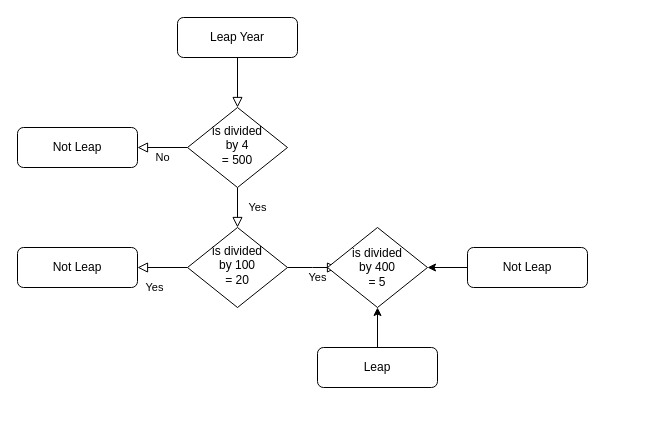
Earlier version of the draw.io diagram Untitled Diagram.drawio (komyagin/flowcharts). Source tidied: cells renumbered, new cells numbered last; positions are measured from the earlier drawing's top-left corner, leaving out a move shared by most shapes. Both pictures are drawn from the tidied source at 100%, with x=0, y=0 at pixel (17, 17).
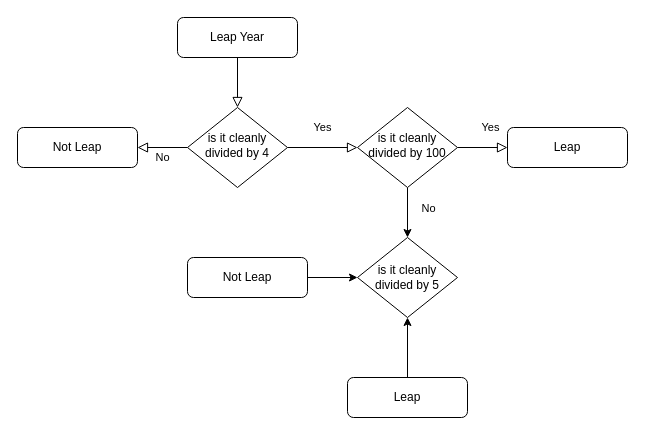
The same page after the edit.

The edit, as a diff of the source:
```diff
@@
 <mxGraphModel>
   <root>
     <mxCell id="0" />
     <mxCell id="1" parent="0" />
     <mxCell id="2" style="rounded=0;html=1;jettySize=auto;fontSize=11;endArrow=block;endFill=0;endSize=8;strokeWidth=1;shadow=0;labelBackgroundColor=none;edgeStyle=orthogonalEdgeStyle;" parent="1" edge="1" source="3" target="6">
       <mxGeometry relative="1" as="geometry" />
     </mxCell>
     <mxCell id="3" value="Leap Year" style="rounded=1;whiteSpace=wrap;html=1;fontSize=12;glass=0;strokeWidth=1;shadow=0;" parent="1" vertex="1">
       <mxGeometry x="160" width="120" height="40" as="geometry" />
     </mxCell>
     <mxCell id="4" value="Yes" style="rounded=0;html=1;jettySize=auto;fontSize=11;endArrow=block;endFill=0;endSize=8;strokeWidth=1;shadow=0;labelBackgroundColor=none;edgeStyle=orthogonalEdgeStyle;" parent="1" edge="1" source="6" target="10">
       <mxGeometry y="20" relative="1" as="geometry" />
     </mxCell>
     <mxCell id="5" value="No" style="edgeStyle=orthogonalEdgeStyle;rounded=0;html=1;jettySize=auto;fontSize=11;endArrow=block;endFill=0;endSize=8;strokeWidth=1;shadow=0;labelBackgroundColor=none;" parent="1" edge="1" source="6">
       <mxGeometry y="10" relative="1" as="geometry">
         <mxPoint x="120" y="130" as="targetPoint" />
       </mxGeometry>
     </mxCell>
-    <mxCell id="6" value="is divided &lt;br&gt;by 4&lt;br&gt;= 500" style="rhombus;whiteSpace=wrap;html=1;shadow=0;fontFamily=Helvetica;fontSize=12;align=center;strokeWidth=1;spacing=6;spacingTop=-4;" parent="1" vertex="1">
+    <mxCell id="6" value="is it cleanly divided by 4" style="rhombus;whiteSpace=wrap;html=1;shadow=0;fontFamily=Helvetica;fontSize=12;align=center;strokeWidth=1;spacing=6;spacingTop=-4;" parent="1" vertex="1">
       <mxGeometry x="170" y="90" width="100" height="80" as="geometry" />
     </mxCell>
     <mxCell id="7" value="Not Leap" style="rounded=1;whiteSpace=wrap;html=1;fontSize=12;glass=0;strokeWidth=1;shadow=0;" parent="1" vertex="1">
       <mxGeometry y="110" width="120" height="40" as="geometry" />
     </mxCell>
     <mxCell id="8" value="Yes" style="rounded=0;html=1;jettySize=auto;fontSize=11;endArrow=block;endFill=0;endSize=8;strokeWidth=1;shadow=0;labelBackgroundColor=none;edgeStyle=orthogonalEdgeStyle;" parent="1" edge="1" source="10" target="11">
       <mxGeometry x="0.33" y="20" relative="1" as="geometry" />
     </mxCell>
-    <mxCell id="9" value="Yes" style="edgeStyle=orthogonalEdgeStyle;rounded=0;html=1;jettySize=auto;fontSize=11;endArrow=block;endFill=0;endSize=8;strokeWidth=1;shadow=0;labelBackgroundColor=none;" parent="1" edge="1" source="10">
-      <mxGeometry x="0.2" y="-10" relative="1" as="geometry">
-        <mxPoint x="320" y="250" as="targetPoint" />
-      </mxGeometry>
-    </mxCell>
+    <mxCell id="17" style="edgeStyle=orthogonalEdgeStyle;rounded=0;jettySize=auto;html=1;" parent="1" edge="1" source="10" target="12">
+      <mxGeometry relative="1" as="geometry" />
+    </mxCell>
+    <mxCell id="18" value="No" style="edgeLabel;html=1;align=center;verticalAlign=middle;" parent="17" vertex="1">
+      <mxGeometry x="0.08" y="-1" relative="1" as="geometry">
+        <mxPoint x="21" y="-7" as="offset" />
+      </mxGeometry>
+    </mxCell>
-    <mxCell id="10" value="is divided &lt;br&gt;by 100&lt;br&gt;= 20" style="rhombus;whiteSpace=wrap;html=1;shadow=0;fontFamily=Helvetica;fontSize=12;align=center;strokeWidth=1;spacing=6;spacingTop=-4;" parent="1" vertex="1">
-      <mxGeometry x="170" y="210" width="100" height="80" as="geometry" />
+    <mxCell id="10" value="is it cleanly divided&amp;nbsp;by&amp;nbsp;100" style="rhombus;whiteSpace=wrap;html=1;shadow=0;fontFamily=Helvetica;fontSize=12;align=center;strokeWidth=1;spacing=6;spacingTop=-4;" parent="1" vertex="1">
+      <mxGeometry x="340" y="90" width="100" height="80" as="geometry" />
     </mxCell>
-    <mxCell id="11" value="Not Leap" style="rounded=1;whiteSpace=wrap;html=1;fontSize=12;glass=0;strokeWidth=1;shadow=0;" parent="1" vertex="1">
-      <mxGeometry y="230" width="120" height="40" as="geometry" />
+    <mxCell id="11" value="Leap" style="rounded=1;whiteSpace=wrap;html=1;fontSize=12;glass=0;strokeWidth=1;shadow=0;" parent="1" vertex="1">
+      <mxGeometry x="490" y="110" width="120" height="40" as="geometry" />
     </mxCell>
-    <mxCell id="12" value="is divided&lt;br&gt;by 400&lt;br&gt;= 5" style="rhombus;whiteSpace=wrap;html=1;" parent="1" vertex="1">
-      <mxGeometry x="310" y="210" width="100" height="80" as="geometry" />
+    <mxCell id="12" value="is it cleanly divided&amp;nbsp;by&amp;nbsp;5" style="rhombus;whiteSpace=wrap;html=1;" parent="1" vertex="1">
+      <mxGeometry x="340" y="220" width="100" height="80" as="geometry" />
     </mxCell>
     <mxCell id="13" style="edgeStyle=orthogonalEdgeStyle;rounded=0;jettySize=auto;html=1;" parent="1" edge="1" source="14" target="12">
       <mxGeometry relative="1" as="geometry" />
     </mxCell>
     <mxCell id="14" value="Not Leap" style="rounded=1;whiteSpace=wrap;html=1;fontSize=12;glass=0;strokeWidth=1;shadow=0;" parent="1" vertex="1">
-      <mxGeometry x="450" y="230" width="120" height="40" as="geometry" />
+      <mxGeometry x="170" y="240" width="120" height="40" as="geometry" />
     </mxCell>
     <mxCell id="15" style="edgeStyle=orthogonalEdgeStyle;rounded=0;jettySize=auto;html=1;" parent="1" edge="1" source="16" target="12">
       <mxGeometry relative="1" as="geometry" />
     </mxCell>
     <mxCell id="16" value="Leap" style="rounded=1;whiteSpace=wrap;html=1;fontSize=12;glass=0;strokeWidth=1;shadow=0;" parent="1" vertex="1">
-      <mxGeometry x="300" y="330" width="120" height="40" as="geometry" />
+      <mxGeometry x="330" y="360" width="120" height="40" as="geometry" />
     </mxCell>
   </root>
 </mxGraphModel>
```
